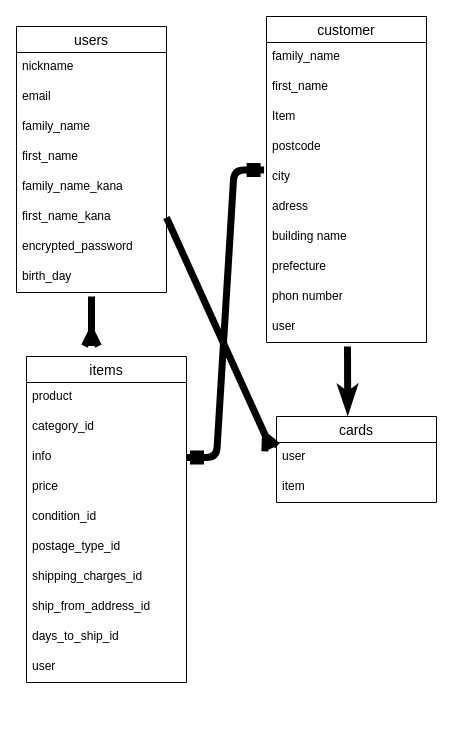
Earlier version of the draw.io diagram config/readme.dio (tya-suke/furima-38764). Source tidied: cells renumbered, new cells numbered last; positions are measured from the earlier drawing's top-left corner, leaving out a move shared by most shapes. Both pictures are drawn from the tidied source at 100%, with x=0, y=0 at pixel (16, 16).
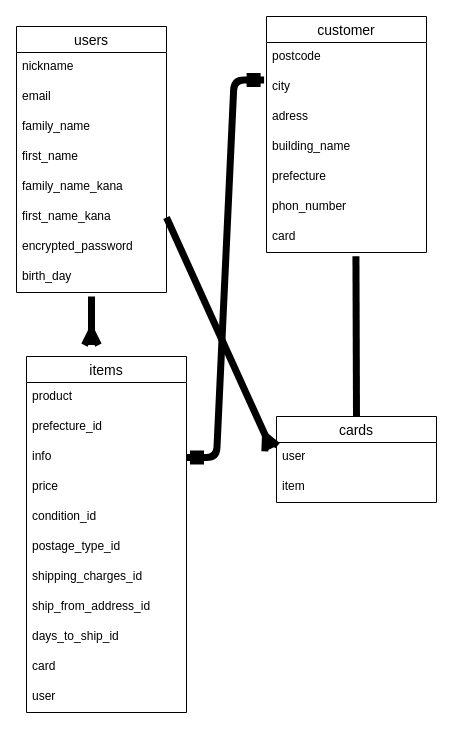
The same page after the edit.

The change refers to these unchanged cells:
```xml
<mxCell id="33" value="cards" style="swimlane;fontStyle=0;horizontal=1;startSize=26;align=center;fontSize=14;" parent="1" vertex="1">
  <mxGeometry x="260" y="400" width="160" height="86" as="geometry" />
</mxCell>
```

What changed in the source:
```diff
@@
     <mxCell id="11" value="items" style="swimlane;fontStyle=0;horizontal=1;startSize=26;align=center;fontSize=14;rounded=0;" parent="1" vertex="1">
-      <mxGeometry x="10" y="340" width="160" height="326" as="geometry" />
+      <mxGeometry x="10" y="340" width="160" height="356" as="geometry" />
     </mxCell>
@@
-    <mxCell id="13" value="category_id" style="text;strokeColor=none;fillColor=none;spacingLeft=4;spacingRight=4;overflow=hidden;fontSize=12;rounded=0;" parent="11" vertex="1">
+    <mxCell id="13" value="prefecture_id" style="text;strokeColor=none;fillColor=none;spacingLeft=4;spacingRight=4;overflow=hidden;fontSize=12;rounded=0;" parent="11" vertex="1">
       <mxGeometry y="56" width="160" height="30" as="geometry" />
     </mxCell>
@@
+    <mxCell id="40" value="card " style="text;strokeColor=none;fillColor=none;spacingLeft=4;spacingRight=4;overflow=hidden;fontSize=12;" parent="11" vertex="1">
+      <mxGeometry y="296" width="160" height="30" as="geometry" />
+    </mxCell>
     <mxCell id="21" value="user  " style="text;strokeColor=none;fillColor=none;spacingLeft=4;spacingRight=4;overflow=hidden;fontSize=12;" parent="11" vertex="1">
-      <mxGeometry y="296" width="160" height="30" as="geometry" />
+      <mxGeometry y="326" width="160" height="30" as="geometry" />
     </mxCell>
     <mxCell id="22" value="customer" style="swimlane;fontStyle=0;horizontal=1;startSize=26;align=center;fontSize=14;" parent="1" vertex="1">
-      <mxGeometry x="250" width="160" height="326" as="geometry" />
+      <mxGeometry x="250" width="160" height="236" as="geometry" />
     </mxCell>
-    <mxCell id="23" value="family_name" style="text;strokeColor=none;fillColor=none;spacingLeft=4;spacingRight=4;overflow=hidden;fontSize=12;" parent="22" vertex="1">
-      <mxGeometry y="26" width="160" height="30" as="geometry" />
-    </mxCell>
-    <mxCell id="24" value="first_name " style="text;strokeColor=none;fillColor=none;spacingLeft=4;spacingRight=4;overflow=hidden;fontSize=12;" parent="22" vertex="1">
-      <mxGeometry y="56" width="160" height="30" as="geometry" />
-    </mxCell>
-    <mxCell id="25" value="Item" style="text;strokeColor=none;fillColor=none;spacingLeft=4;spacingRight=4;overflow=hidden;fontSize=12;" parent="22" vertex="1">
-      <mxGeometry y="86" width="160" height="30" as="geometry" />
-    </mxCell>
     <mxCell id="26" value="postcode" style="text;strokeColor=none;fillColor=none;spacingLeft=4;spacingRight=4;overflow=hidden;fontSize=12;" parent="22" vertex="1">
-      <mxGeometry y="116" width="160" height="30" as="geometry" />
+      <mxGeometry y="26" width="160" height="30" as="geometry" />
     </mxCell>
     <mxCell id="27" value="city" style="text;strokeColor=none;fillColor=none;spacingLeft=4;spacingRight=4;overflow=hidden;points=[[0,0.5],[1,0.5]];portConstraint=eastwest;fontSize=12;" parent="22" vertex="1">
-      <mxGeometry y="146" width="160" height="30" as="geometry" />
+      <mxGeometry y="56" width="160" height="30" as="geometry" />
     </mxCell>
     <mxCell id="28" value="adress" style="text;strokeColor=none;fillColor=none;spacingLeft=4;spacingRight=4;overflow=hidden;fontSize=12;" parent="22" vertex="1">
-      <mxGeometry y="176" width="160" height="30" as="geometry" />
+      <mxGeometry y="86" width="160" height="30" as="geometry" />
     </mxCell>
-    <mxCell id="29" value="building name" style="text;strokeColor=none;fillColor=none;spacingLeft=4;spacingRight=4;overflow=hidden;fontSize=12;" parent="22" vertex="1">
-      <mxGeometry y="206" width="160" height="30" as="geometry" />
+    <mxCell id="29" value="building_name" style="text;strokeColor=none;fillColor=none;spacingLeft=4;spacingRight=4;overflow=hidden;fontSize=12;" parent="22" vertex="1">
+      <mxGeometry y="116" width="160" height="30" as="geometry" />
     </mxCell>
     <mxCell id="30" value="prefecture" style="text;strokeColor=none;fillColor=none;spacingLeft=4;spacingRight=4;overflow=hidden;fontSize=12;" parent="22" vertex="1">
-      <mxGeometry y="236" width="160" height="30" as="geometry" />
+      <mxGeometry y="146" width="160" height="30" as="geometry" />
     </mxCell>
-    <mxCell id="31" value="phon number" style="text;strokeColor=none;fillColor=none;spacingLeft=4;spacingRight=4;overflow=hidden;fontSize=12;" parent="22" vertex="1">
-      <mxGeometry y="266" width="160" height="30" as="geometry" />
+    <mxCell id="31" value="phon_number" style="text;strokeColor=none;fillColor=none;spacingLeft=4;spacingRight=4;overflow=hidden;fontSize=12;" parent="22" vertex="1">
+      <mxGeometry y="176" width="160" height="30" as="geometry" />
     </mxCell>
-    <mxCell id="32" value="user " style="text;strokeColor=none;fillColor=none;spacingLeft=4;spacingRight=4;overflow=hidden;points=[[0,0.5],[1,0.5]];portConstraint=eastwest;fontSize=12;" parent="22" vertex="1">
-      <mxGeometry y="296" width="160" height="30" as="geometry" />
+    <mxCell id="32" value="card" style="text;strokeColor=none;fillColor=none;spacingLeft=4;spacingRight=4;overflow=hidden;points=[[0,0.5],[1,0.5]];portConstraint=eastwest;fontSize=12;" parent="22" vertex="1">
+      <mxGeometry y="206" width="160" height="30" as="geometry" />
     </mxCell>
@@
-    <mxCell id="39" style="edgeStyle=none;html=1;endArrow=classicThin;endFill=1;strokeWidth=7;entryX=0.445;entryY=-0.038;entryDx=0;entryDy=0;entryPerimeter=0;" parent="1" edge="1" target="33">
-      <mxGeometry relative="1" as="geometry">
-        <mxPoint x="331" y="330" as="sourcePoint" />
-      </mxGeometry>
-    </mxCell>
+    <mxCell id="41" style="endArrow=none;html=1;rounded=0;strokeWidth=7;entryX=0.5;entryY=0;entryDx=0;entryDy=0;exitX=0.559;exitY=1.122;exitDx=0;exitDy=0;exitPerimeter=0;" parent="1" edge="1" source="32" target="33">
+      <mxGeometry relative="1" as="geometry" />
+    </mxCell>
```
